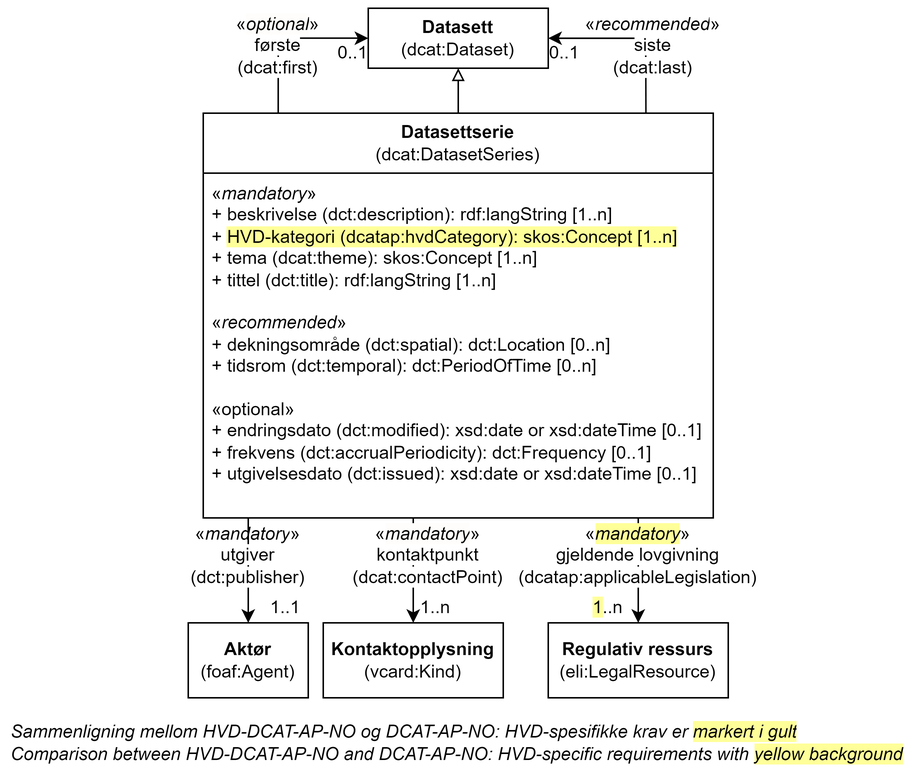
This is docs/images/Klassen-Datasettserie.png from Informasjonsforvaltning/hvd-dcat-ap-no, a draw.io export, as it was before one commit. Source tidied: cells renumbered, new cells last; positions are measured from the earlier drawing's top-left corner, leaving out a move shared by most shapes.
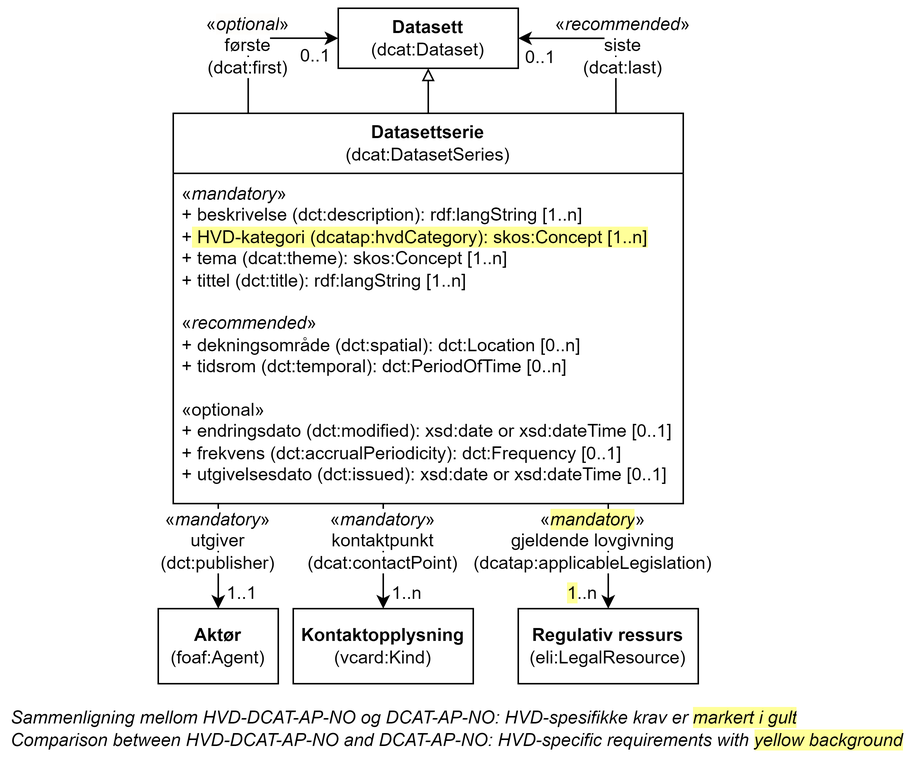
The same file after the commit.

What changed in the source:
```diff
@@ -3,88 +3,88 @@
     <mxCell id="0" />
     <mxCell id="1" parent="0" />
     <mxCell id="2" value="Datasettserie&lt;br&gt;&lt;span style=&quot;font-weight: normal;&quot;&gt;(dcat:DatasetSeries)&lt;/span&gt;" style="swimlane;whiteSpace=wrap;html=1;startSize=40;" parent="1" vertex="1">
-      <mxGeometry x="130" y="70" width="340" height="270" as="geometry" />
+      <mxGeometry x="90" y="70" width="340" height="260" as="geometry" />
     </mxCell>
-    <mxCell id="3" value="«&lt;i&gt;mandatory&lt;/i&gt;»&lt;br&gt;&lt;div&gt;+ beskrivelse (dct:description): rdf:langString [1..n]&lt;/div&gt;&lt;div&gt;+&amp;nbsp;&lt;span style=&quot;background-color: rgb(255, 255, 153);&quot;&gt;HVD-kategori (dcatap:hvdCategory): skos:Concept [1..n]&lt;/span&gt;&lt;br&gt;&lt;/div&gt;+ tema (dcat:theme): skos:Concept [1..n]&lt;br&gt;+ tittel (dct:title):&amp;nbsp;rdf:langString&amp;nbsp;[1..n]&lt;br&gt;&lt;br&gt;&lt;div&gt;«&lt;i&gt;recommended&lt;/i&gt;»&lt;/div&gt;&lt;div&gt;&lt;span style=&quot;background-color: initial;&quot;&gt;+ dekningsområde (dct:spatial): dct:Location [0..n]&lt;/span&gt;&lt;br&gt;&lt;/div&gt;&lt;div&gt;&lt;span style=&quot;background-color: initial;&quot;&gt;+ tidsrom (dct:temporal): dct:PeriodOfTime [0..n]&lt;/span&gt;&lt;br&gt;&lt;/div&gt;&lt;div&gt;&lt;br&gt;&lt;/div&gt;&lt;div&gt;&lt;div&gt;«optional»&lt;/div&gt;&lt;div&gt;+ endringsdato (dct:modified): xsd:date or xsd:dateTime [0..1]&lt;/div&gt;&lt;div&gt;+ frekvens (dct:accrualPeriodicity): dct:Frequency [0..1]&lt;/div&gt;&lt;div&gt;+ utgivelsesdato (dct:issued): xsd:date or xsd:dateTime [0..1]&lt;/div&gt;&lt;/div&gt;" style="text;strokeColor=none;fillColor=none;align=left;verticalAlign=top;spacingLeft=4;spacingRight=4;overflow=hidden;whiteSpace=wrap;html=1;" parent="2" vertex="1">
+    <mxCell id="3" value="«&lt;i&gt;mandatory&lt;/i&gt;»&lt;br&gt;&lt;div&gt;+ beskrivelse (dct:description): rdf:langString [1..n]&lt;/div&gt;+&lt;span style=&quot;background-color: rgb(255, 255, 153);&quot;&gt;&amp;nbsp;HVD-kategori (dcatap:hvdCategory): skos:Concept [1..n]&lt;/span&gt;&lt;br&gt;+ tema (dcat:theme): skos:Concept [1..n]&lt;br&gt;+ tittel (dct:title):&amp;nbsp;rdf:langString&amp;nbsp;[1..n]&lt;br&gt;&lt;br&gt;&lt;div&gt;«&lt;i&gt;recommended&lt;/i&gt;»&lt;/div&gt;&lt;div&gt;+ dekningsområde (dct:spatial): dct:Location [0..n]&lt;br&gt;&lt;/div&gt;&lt;div&gt;+ tidsrom (dct:temporal): dct:PeriodOfTime [0..n]&lt;br&gt;&lt;/div&gt;&lt;div&gt;&lt;br&gt;&lt;/div&gt;&lt;div&gt;&lt;div&gt;«optional»&lt;/div&gt;&lt;div&gt;+ endringsdato (dct:modified): xsd:date or xsd:dateTime [0..1]&lt;/div&gt;&lt;div&gt;+ frekvens (dct:accrualPeriodicity): dct:Frequency [0..1]&lt;/div&gt;&lt;div&gt;+ utgivelsesdato (dct:issued): xsd:date or xsd:dateTime [0..1]&lt;/div&gt;&lt;/div&gt;" style="text;strokeColor=none;fillColor=none;align=left;verticalAlign=top;spacingLeft=4;spacingRight=4;overflow=hidden;whiteSpace=wrap;html=1;" parent="2" vertex="1">
       <mxGeometry y="40" width="340" height="220" as="geometry" />
     </mxCell>
     <mxCell id="4" value="&lt;b&gt;Aktør&lt;/b&gt;&lt;br&gt;(foaf:Agent)" style="rounded=0;whiteSpace=wrap;html=1;" parent="1" vertex="1">
-      <mxGeometry x="120" y="410" width="80" height="50" as="geometry" />
+      <mxGeometry x="80" y="400" width="80" height="50" as="geometry" />
     </mxCell>
     <mxCell id="5" style="endArrow=classic;html=1;rounded=0;entryX=0.5;entryY=0;entryDx=0;entryDy=0;" parent="1" edge="1" target="4">
       <mxGeometry relative="1" as="geometry">
-        <mxPoint x="160" y="340" as="sourcePoint" />
+        <mxPoint x="120" y="330" as="sourcePoint" />
       </mxGeometry>
     </mxCell>
+    <mxCell id="24" value="&lt;span style=&quot;background-color: rgb(255, 255, 255);&quot;&gt;«&lt;i style=&quot;border-color: var(--border-color); text-align: left;&quot;&gt;mandatory&lt;/i&gt;&lt;span style=&quot;text-align: left;&quot;&gt;»&lt;br&gt;&lt;/span&gt;utgiver (dct:publisher)&lt;/span&gt;" style="text;html=1;strokeColor=none;fillColor=none;align=center;verticalAlign=middle;whiteSpace=wrap;rounded=0;" parent="1" vertex="1">
+      <mxGeometry x="90" y="340" width="60" height="30" as="geometry" />
+    </mxCell>
-    <mxCell id="6" value="1..1" style="text;html=1;strokeColor=none;fillColor=none;align=center;verticalAlign=middle;whiteSpace=wrap;rounded=0;" parent="1" vertex="1">
-      <mxGeometry x="170" y="390" width="30" height="20" as="geometry" />
+    <mxCell id="6" value="&lt;span style=&quot;background-color: rgb(255, 255, 255);&quot;&gt;1..1&lt;/span&gt;" style="text;html=1;strokeColor=none;fillColor=none;align=center;verticalAlign=middle;whiteSpace=wrap;rounded=0;" parent="1" vertex="1">
+      <mxGeometry x="121" y="380" width="30" height="20" as="geometry" />
     </mxCell>
     <mxCell id="7" value="&lt;span style=&quot;background-color: rgb(255, 255, 255);&quot;&gt;&lt;b style=&quot;&quot;&gt;Datasett&lt;br&gt;&lt;/b&gt;(dcat:Dataset)&lt;/span&gt;" style="rounded=0;whiteSpace=wrap;html=1;" parent="1" vertex="1">
-      <mxGeometry x="240" width="120" height="40" as="geometry" />
+      <mxGeometry x="200" width="120" height="40" as="geometry" />
     </mxCell>
     <mxCell id="8" value="&lt;b&gt;Kontaktopplysning&lt;/b&gt;&lt;br&gt;(vcard:Kind)" style="html=1;whiteSpace=wrap;" parent="1" vertex="1">
-      <mxGeometry x="210" y="410" width="120" height="50" as="geometry" />
+      <mxGeometry x="170" y="400" width="120" height="50" as="geometry" />
     </mxCell>
     <mxCell id="9" style="endArrow=classic;html=1;rounded=0;entryX=0.5;entryY=0;entryDx=0;entryDy=0;" parent="1" edge="1" target="8">
       <mxGeometry relative="1" as="geometry">
-        <mxPoint x="270" y="340" as="sourcePoint" />
+        <mxPoint x="230" y="330" as="sourcePoint" />
       </mxGeometry>
     </mxCell>
-    <mxCell id="10" value="1..n" style="text;html=1;strokeColor=none;fillColor=none;align=center;verticalAlign=middle;whiteSpace=wrap;rounded=0;" parent="1" vertex="1">
-      <mxGeometry x="270" y="390" width="30" height="20" as="geometry" />
+    <mxCell id="10" value="&lt;span style=&quot;background-color: rgb(255, 255, 255);&quot;&gt;1..n&lt;/span&gt;" style="text;html=1;strokeColor=none;fillColor=none;align=center;verticalAlign=middle;whiteSpace=wrap;rounded=0;" parent="1" vertex="1">
+      <mxGeometry x="231" y="380" width="30" height="20" as="geometry" />
     </mxCell>
-    <mxCell id="11" value="&lt;span style=&quot;background-color: rgb(255, 255, 255);&quot;&gt;«&lt;/span&gt;&lt;i style=&quot;border-color: var(--border-color); text-align: left; background-color: rgb(254, 253, 251);&quot;&gt;mandatory&lt;/i&gt;&lt;span style=&quot;background-color: rgb(255, 255, 255); text-align: left;&quot;&gt;»&lt;br&gt;&lt;/span&gt;&lt;span style=&quot;background-color: rgb(255, 255, 255);&quot;&gt;kontaktpunkt&lt;/span&gt;&lt;br&gt;&lt;span style=&quot;background-color: rgb(255, 255, 255);&quot;&gt;(dcat:contactPoint)&lt;/span&gt;" style="text;html=1;strokeColor=none;fillColor=none;align=center;verticalAlign=middle;whiteSpace=wrap;rounded=0;" parent="1" vertex="1">
-      <mxGeometry x="250" y="350" width="60" height="30" as="geometry" />
+    <mxCell id="11" value="&lt;span style=&quot;background-color: rgb(255, 255, 255);&quot;&gt;«&lt;i style=&quot;border-color: var(--border-color); text-align: left;&quot;&gt;mandatory&lt;/i&gt;&lt;span style=&quot;text-align: left;&quot;&gt;»&lt;br&gt;&lt;/span&gt;kontaktpunkt&lt;br&gt;(dcat:contactPoint)&lt;/span&gt;" style="text;html=1;strokeColor=none;fillColor=none;align=center;verticalAlign=middle;whiteSpace=wrap;rounded=0;" parent="1" vertex="1">
+      <mxGeometry x="200" y="340" width="60" height="30" as="geometry" />
     </mxCell>
     <mxCell id="12" value="&lt;b&gt;Regulativ ressurs&lt;/b&gt;&lt;br&gt;(eli:LegalResource)" style="html=1;whiteSpace=wrap;" parent="1" vertex="1">
-      <mxGeometry x="360" y="410" width="120" height="50" as="geometry" />
+      <mxGeometry x="320" y="400" width="120" height="50" as="geometry" />
     </mxCell>
     <mxCell id="13" value="&lt;span style=&quot;background-color: rgb(255, 255, 153);&quot;&gt;1&lt;/span&gt;..n" style="text;html=1;strokeColor=none;fillColor=none;align=center;verticalAlign=middle;whiteSpace=wrap;rounded=0;" parent="1" vertex="1">
-      <mxGeometry x="386" y="390" width="28" height="20" as="geometry" />
+      <mxGeometry x="349" y="380" width="28" height="20" as="geometry" />
     </mxCell>
     <mxCell id="14" style="endArrow=classic;html=1;rounded=0;" parent="1" edge="1" target="12">
       <mxGeometry relative="1" as="geometry">
-        <mxPoint x="420" y="340" as="sourcePoint" />
+        <mxPoint x="380" y="330" as="sourcePoint" />
       </mxGeometry>
     </mxCell>
+    <mxCell id="23" value="&lt;span style=&quot;background-color: rgb(255, 255, 255);&quot;&gt;«&lt;/span&gt;&lt;i style=&quot;background-color: rgb(255, 255, 153);&quot;&gt;mandatory&lt;/i&gt;&lt;span style=&quot;background-color: rgb(255, 255, 255);&quot;&gt;»&lt;/span&gt;&lt;br&gt;&lt;span style=&quot;background-color: rgb(255, 255, 255);&quot;&gt;gjeldende lovgivning&lt;/span&gt;&lt;br&gt;&lt;span style=&quot;background-color: rgb(255, 255, 255);&quot;&gt;(dcatap:applicableLegislation)&lt;/span&gt;" style="text;html=1;align=center;verticalAlign=middle;whiteSpace=wrap;rounded=0;" parent="1" vertex="1">
+      <mxGeometry x="330" y="340" width="80" height="30" as="geometry" />
+    </mxCell>
     <mxCell id="15" style="endArrow=block;html=1;rounded=0;exitX=0.5;exitY=0;exitDx=0;exitDy=0;entryX=0.5;entryY=1;entryDx=0;entryDy=0;endFill=0;" parent="1" edge="1" source="2" target="7">
       <mxGeometry relative="1" as="geometry" />
     </mxCell>
     <mxCell id="16" style="endArrow=classic;html=1;rounded=0;entryX=0;entryY=0.5;entryDx=0;entryDy=0;" parent="1" edge="1" target="7">
       <mxGeometry relative="1" as="geometry">
-        <mxPoint x="180" y="70" as="sourcePoint" />
+        <mxPoint x="140" y="70" as="sourcePoint" />
         <Array as="points">
-          <mxPoint x="180" y="20" />
+          <mxPoint x="140" y="20" />
         </Array>
       </mxGeometry>
     </mxCell>
     <mxCell id="17" style="endArrow=classic;html=1;rounded=0;exitX=0.868;exitY=0;exitDx=0;exitDy=0;entryX=1;entryY=0.5;entryDx=0;entryDy=0;exitPerimeter=0;" parent="1" edge="1" source="2" target="7">
       <mxGeometry relative="1" as="geometry">
         <Array as="points">
-          <mxPoint x="425" y="20" />
+          <mxPoint x="385" y="20" />
         </Array>
       </mxGeometry>
     </mxCell>
     <mxCell id="18" value="&lt;span style=&quot;background-color: rgb(255, 255, 255); color: rgb(0, 0, 0); font-family: Helvetica; font-size: 12px; font-style: normal; font-variant-ligatures: normal; font-variant-caps: normal; font-weight: 400; letter-spacing: normal; orphans: 2; text-align: left; text-indent: 0px; text-transform: none; widows: 2; word-spacing: 0px; -webkit-text-stroke-width: 0px; white-space: normal; text-decoration-thickness: initial; text-decoration-style: initial; text-decoration-color: initial; float: none; display: inline !important;&quot;&gt;«&lt;/span&gt;&lt;i style=&quot;forced-color-adjust: none; color: rgb(0, 0, 0); font-family: Helvetica; font-size: 12px; font-variant-ligatures: normal; font-variant-caps: normal; font-weight: 400; letter-spacing: normal; orphans: 2; text-align: left; text-indent: 0px; text-transform: none; widows: 2; word-spacing: 0px; -webkit-text-stroke-width: 0px; white-space: normal; text-decoration-thickness: initial; text-decoration-style: initial; text-decoration-color: initial; background-color: rgb(254, 253, 251);&quot;&gt;optional&lt;/i&gt;&lt;span style=&quot;background-color: rgb(255, 255, 255); color: rgb(0, 0, 0); font-family: Helvetica; font-size: 12px; font-style: normal; font-variant-ligatures: normal; font-variant-caps: normal; font-weight: 400; letter-spacing: normal; orphans: 2; text-align: left; text-indent: 0px; text-transform: none; widows: 2; word-spacing: 0px; -webkit-text-stroke-width: 0px; white-space: normal; text-decoration-thickness: initial; text-decoration-style: initial; text-decoration-color: initial; float: none; display: inline !important;&quot;&gt;»&lt;/span&gt;&lt;br&gt;&lt;span style=&quot;background-color: rgb(255, 255, 255); text-align: left;&quot;&gt;første&lt;/span&gt;&lt;div&gt;&lt;span style=&quot;text-align: left; background-color: rgb(255, 255, 255);&quot;&gt;(dcat:first)&lt;/span&gt;&lt;/div&gt;" style="text;html=1;align=center;verticalAlign=middle;whiteSpace=wrap;rounded=0;" parent="1" vertex="1">
-      <mxGeometry x="150" y="10" width="60" height="30" as="geometry" />
+      <mxGeometry x="110" y="10" width="60" height="30" as="geometry" />
     </mxCell>
-    <mxCell id="19" value="&lt;span style=&quot;background-color: rgb(255, 255, 255); color: rgb(0, 0, 0); font-family: Helvetica; font-size: 12px; font-style: normal; font-variant-ligatures: normal; font-variant-caps: normal; font-weight: 400; letter-spacing: normal; orphans: 2; text-align: left; text-indent: 0px; text-transform: none; widows: 2; word-spacing: 0px; -webkit-text-stroke-width: 0px; white-space: normal; text-decoration-thickness: initial; text-decoration-style: initial; text-decoration-color: initial; float: none; display: inline !important;&quot;&gt;«&lt;/span&gt;&lt;i style=&quot;forced-color-adjust: none; color: rgb(0, 0, 0); font-family: Helvetica; font-size: 12px; font-variant-ligatures: normal; font-variant-caps: normal; font-weight: 400; letter-spacing: normal; orphans: 2; text-align: left; text-indent: 0px; text-transform: none; widows: 2; word-spacing: 0px; -webkit-text-stroke-width: 0px; white-space: normal; text-decoration-thickness: initial; text-decoration-style: initial; text-decoration-color: initial;&quot;&gt;recommended&lt;/i&gt;&lt;span style=&quot;background-color: rgb(255, 255, 255); color: rgb(0, 0, 0); font-family: Helvetica; font-size: 12px; font-style: normal; font-variant-ligatures: normal; font-variant-caps: normal; font-weight: 400; letter-spacing: normal; orphans: 2; text-align: left; text-indent: 0px; text-transform: none; widows: 2; word-spacing: 0px; -webkit-text-stroke-width: 0px; white-space: normal; text-decoration-thickness: initial; text-decoration-style: initial; text-decoration-color: initial; float: none; display: inline !important;&quot;&gt;»&lt;/span&gt;&lt;br&gt;&lt;span style=&quot;background-color: rgb(255, 255, 255); text-align: left;&quot;&gt;siste&lt;/span&gt;&lt;div&gt;&lt;span style=&quot;text-align: left; background-color: rgb(255, 255, 255);&quot;&gt;(dcat:last)&lt;/span&gt;&lt;/div&gt;" style="text;html=1;align=center;verticalAlign=middle;whiteSpace=wrap;rounded=0;" parent="1" vertex="1">
-      <mxGeometry x="400" y="10" width="60" height="30" as="geometry" />
+    <mxCell id="19" value="&lt;span style=&quot;background-color: rgb(255, 255, 255);&quot;&gt;&lt;span style=&quot;color: rgb(0, 0, 0); font-family: Helvetica; font-size: 12px; font-style: normal; font-variant-ligatures: normal; font-variant-caps: normal; font-weight: 400; letter-spacing: normal; orphans: 2; text-align: left; text-indent: 0px; text-transform: none; widows: 2; word-spacing: 0px; -webkit-text-stroke-width: 0px; white-space: normal; text-decoration-thickness: initial; text-decoration-style: initial; text-decoration-color: initial; float: none; display: inline !important;&quot;&gt;«&lt;/span&gt;&lt;i style=&quot;forced-color-adjust: none; color: rgb(0, 0, 0); font-family: Helvetica; font-size: 12px; font-variant-ligatures: normal; font-variant-caps: normal; font-weight: 400; letter-spacing: normal; orphans: 2; text-align: left; text-indent: 0px; text-transform: none; widows: 2; word-spacing: 0px; -webkit-text-stroke-width: 0px; white-space: normal; text-decoration-thickness: initial; text-decoration-style: initial; text-decoration-color: initial;&quot;&gt;recommended&lt;/i&gt;&lt;span style=&quot;color: rgb(0, 0, 0); font-family: Helvetica; font-size: 12px; font-style: normal; font-variant-ligatures: normal; font-variant-caps: normal; font-weight: 400; letter-spacing: normal; orphans: 2; text-align: left; text-indent: 0px; text-transform: none; widows: 2; word-spacing: 0px; -webkit-text-stroke-width: 0px; white-space: normal; text-decoration-thickness: initial; text-decoration-style: initial; text-decoration-color: initial; float: none; display: inline !important;&quot;&gt;»&lt;/span&gt;&lt;br&gt;&lt;span style=&quot;text-align: left;&quot;&gt;siste&lt;/span&gt;&lt;/span&gt;&lt;div&gt;&lt;span style=&quot;text-align: left; background-color: rgb(255, 255, 255);&quot;&gt;(dcat:last)&lt;/span&gt;&lt;/div&gt;" style="text;html=1;align=center;verticalAlign=middle;whiteSpace=wrap;rounded=0;" parent="1" vertex="1">
+      <mxGeometry x="360" y="10" width="60" height="30" as="geometry" />
     </mxCell>
     <mxCell id="20" value="0..1" style="text;html=1;align=center;verticalAlign=middle;whiteSpace=wrap;rounded=0;" parent="1" vertex="1">
-      <mxGeometry x="220" y="20" width="20" height="20" as="geometry" />
+      <mxGeometry x="175" y="22" width="20" height="20" as="geometry" />
     </mxCell>
     <mxCell id="21" value="0..1" style="text;html=1;align=center;verticalAlign=middle;whiteSpace=wrap;rounded=0;" parent="1" vertex="1">
-      <mxGeometry x="356" y="20" width="30" height="20" as="geometry" />
+      <mxGeometry x="320" y="23" width="30" height="20" as="geometry" />
     </mxCell>
     <mxCell id="22" value="Sammenligning mellom HVD-DCAT-AP-NO og DCAT-AP-NO: HVD-spesifikke krav er&amp;nbsp;&lt;span style=&quot;background-color: rgb(255, 255, 153);&quot;&gt;markert i gult&lt;/span&gt;&lt;span style=&quot;background-color: rgb(255 , 255 , 255)&quot;&gt;&amp;nbsp;&lt;/span&gt;&lt;div&gt;&lt;span style=&quot;background-color: rgb(255 , 255 , 255)&quot;&gt;Comparison between HVD-DCAT-AP-NO and DCAT-AP-NO: HVD-specific requirements with &lt;/span&gt;&lt;span style=&quot;background-color: rgb(255, 255, 153);&quot;&gt;yellow background&lt;/span&gt;&lt;/div&gt;" style="text;html=1;strokeColor=none;fillColor=none;align=left;verticalAlign=middle;whiteSpace=wrap;rounded=0;fontStyle=2;" parent="1" vertex="1">
-      <mxGeometry y="480" width="600" height="20" as="geometry" />
+      <mxGeometry x="-20" y="470" width="600" height="20" as="geometry" />
     </mxCell>
-    <mxCell id="23" value="«&lt;i style=&quot;background-color: rgb(255, 255, 153);&quot;&gt;mandatory&lt;/i&gt;»&lt;br&gt;&lt;span style=&quot;background-color: rgb(255, 255, 255);&quot;&gt;gjeldende lovgivning&lt;br&gt;(dcatap:applicableLegislation)&lt;/span&gt;" style="text;html=1;align=center;verticalAlign=middle;whiteSpace=wrap;rounded=0;" parent="1" vertex="1">
-      <mxGeometry x="380" y="350" width="80" height="30" as="geometry" />
-    </mxCell>
-    <mxCell id="24" value="&lt;span style=&quot;background-color: rgb(255, 255, 255);&quot;&gt;«&lt;/span&gt;&lt;i style=&quot;border-color: var(--border-color); text-align: left;&quot;&gt;mandatory&lt;/i&gt;&lt;span style=&quot;background-color: rgb(255, 255, 255); text-align: left;&quot;&gt;»&lt;br&gt;&lt;/span&gt;&lt;span style=&quot;background-color: rgb(255, 255, 255);&quot;&gt;utgiver (dct:publisher)&lt;/span&gt;" style="text;html=1;strokeColor=none;fillColor=none;align=center;verticalAlign=middle;whiteSpace=wrap;rounded=0;" parent="1" vertex="1">
-      <mxGeometry x="130" y="350" width="60" height="30" as="geometry" />
-    </mxCell>
   </root>
 </mxGraphModel>
```
